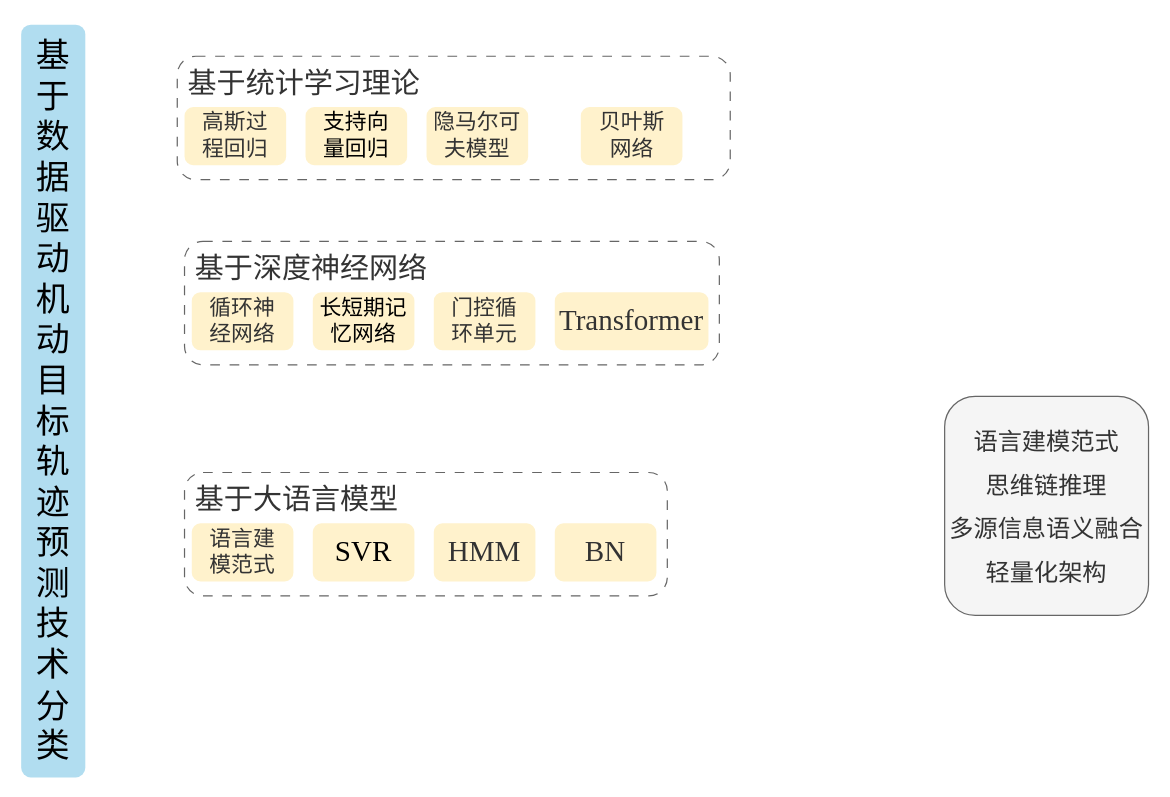
Before: 框架2.drawio in master-fency/plot, a draw.io diagram. Source tidied: cells renumbered, new cells numbered last; positions are measured from the earlier drawing's top-left corner, leaving out a move shared by most shapes. Both pictures are drawn from the tidied source at 121%, with x=0, y=0 at pixel (21, 24).
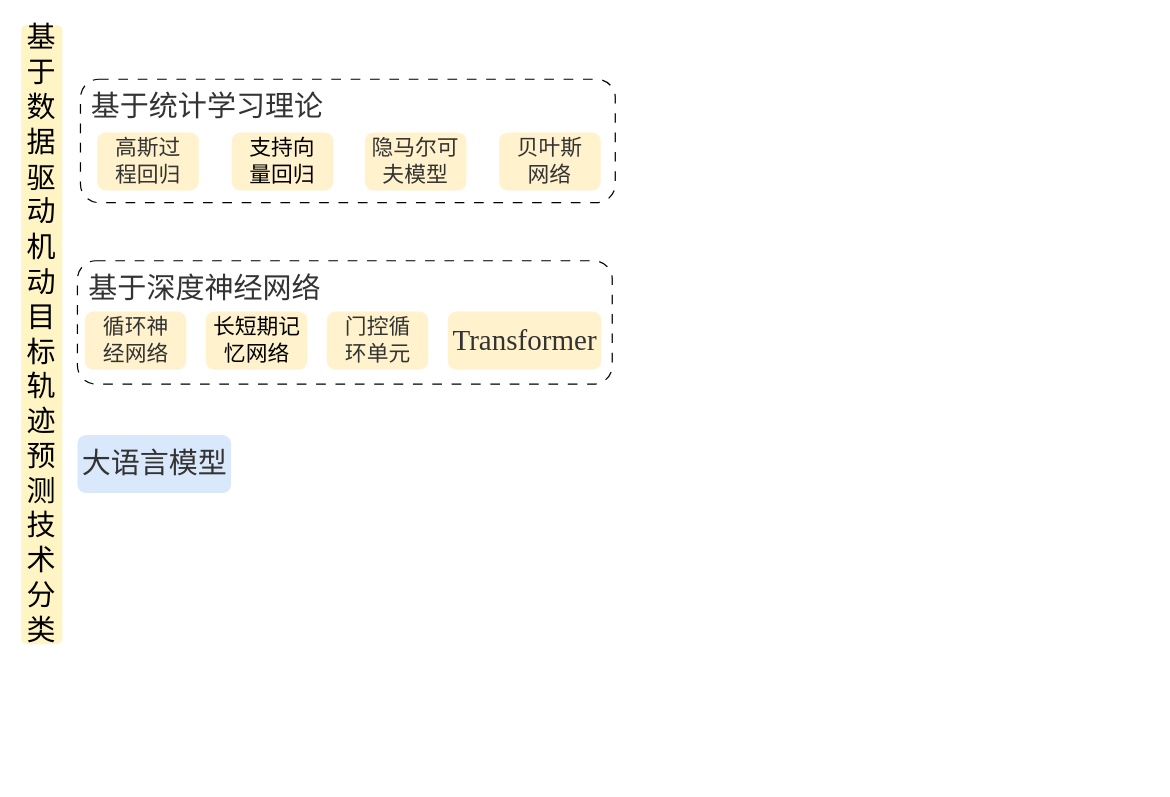
Above is the later version.

Diff of the diagram source:
```diff
@@
 <mxGraphModel>
   <root>
     <mxCell id="0" />
     <mxCell id="1" parent="0" />
+    <mxCell id="3" value="&lt;span class=&quot;a0&quot;&gt;&lt;font face=&quot;Times New Roman&quot; style=&quot;font-size: 24px;&quot;&gt;基于数据驱动机动目标轨迹预测技术分类&lt;/font&gt;&lt;/span&gt;" style="rounded=1;whiteSpace=wrap;html=1;fillColor=#FFF4C3;strokeColor=none;" parent="1" vertex="1">
+      <mxGeometry width="34" height="512" as="geometry" />
+    </mxCell>
+    <mxCell id="19" style="group;" parent="1" vertex="1">
+      <mxGeometry x="46.5" y="195" width="442" height="102" as="geometry" />
+    </mxCell>
+    <mxCell id="5" value="&lt;div style=&quot;line-height: 150%;&quot;&gt;&lt;span style=&quot;font-size: 24px; font-family: &amp;quot;Times New Roman&amp;quot;; background-color: transparent; color: light-dark(rgb(51, 51, 51), rgb(193, 193, 193));&quot;&gt;基于深度神经网络&lt;/span&gt;&lt;/div&gt;" style="rounded=1;whiteSpace=wrap;html=1;fillColor=none;fontColor=#333333;strokeColor=#000000;align=left;verticalAlign=top;spacingTop=7.874;spacingLeft=7.874;dashed=1;dashPattern=8 8;" parent="19" vertex="1">
+      <mxGeometry width="442" height="102" as="geometry" />
+    </mxCell>
+    <mxCell id="20" style="group;" parent="19" vertex="1">
+      <mxGeometry x="6" y="42" width="427" height="48" as="geometry" />
+    </mxCell>
+    <mxCell id="11" value="&lt;pre&gt;&lt;span style=&quot;font-family: &amp;quot;Times New Roman&amp;quot;; white-space: normal;&quot;&gt;&lt;font style=&quot;font-size: 18px;&quot;&gt;长短期记忆网络&lt;/font&gt;&lt;/span&gt;&lt;/pre&gt;" style="rounded=1;whiteSpace=wrap;html=1;fillColor=#fff2cc;strokeColor=none;" parent="20" vertex="1">
+      <mxGeometry x="100" width="84" height="48" as="geometry" />
+    </mxCell>
+    <mxCell id="12" value="&lt;pre&gt;&lt;span style=&quot;color: rgb(51, 51, 51); font-family: &amp;quot;Times New Roman&amp;quot;; white-space: normal;&quot;&gt;&lt;font style=&quot;font-size: 18px;&quot;&gt;循环神&lt;br&gt;经网络&lt;/font&gt;&lt;/span&gt;&lt;/pre&gt;" style="rounded=1;whiteSpace=wrap;html=1;fillColor=#fff2cc;strokeColor=none;" parent="20" vertex="1">
+      <mxGeometry width="84" height="48" as="geometry" />
+    </mxCell>
+    <mxCell id="13" value="&lt;pre&gt;&lt;span style=&quot;color: rgb(51, 51, 51); font-family: &amp;quot;Times New Roman&amp;quot;; white-space: normal;&quot;&gt;&lt;font style=&quot;font-size: 18px;&quot;&gt;门控循&lt;br&gt;环单元&lt;/font&gt;&lt;/span&gt;&lt;/pre&gt;" style="rounded=1;whiteSpace=wrap;html=1;fillColor=#fff2cc;strokeColor=none;" parent="20" vertex="1">
+      <mxGeometry x="200" width="84" height="48" as="geometry" />
+    </mxCell>
+    <mxCell id="14" value="&lt;pre&gt;&lt;span style=&quot;color: rgb(51, 51, 51); font-family: &amp;quot;Times New Roman&amp;quot;; font-size: 24px; white-space: normal;&quot;&gt;Transformer&lt;/span&gt;&lt;/pre&gt;" style="rounded=1;whiteSpace=wrap;html=1;fillColor=#fff2cc;strokeColor=none;" parent="20" vertex="1">
+      <mxGeometry x="300" width="127" height="48" as="geometry" />
+    </mxCell>
+    <mxCell id="21" style="group;strokeColor=none;" parent="1" vertex="1">
+      <mxGeometry x="49" y="45" width="442" height="102" as="geometry" />
+    </mxCell>
-    <mxCell id="2" value="&lt;div style=&quot;line-height: 150%;&quot;&gt;&lt;span style=&quot;font-size: 24px; font-family: &amp;quot;Times New Roman&amp;quot;; background-color: transparent; color: light-dark(rgb(51, 51, 51), rgb(193, 193, 193));&quot;&gt;基于统计学习理论&lt;/span&gt;&lt;/div&gt;" style="rounded=1;whiteSpace=wrap;html=1;fillColor=none;fontColor=#333333;strokeColor=#666666;align=left;verticalAlign=top;spacingTop=7.874;spacingLeft=7.874;dashed=1;dashPattern=8 8;" parent="1" vertex="1">
-      <mxGeometry x="129" y="26" width="457" height="102" as="geometry" />
+    <mxCell id="2" value="&lt;div style=&quot;line-height: 150%;&quot;&gt;&lt;span style=&quot;font-size: 24px; font-family: &amp;quot;Times New Roman&amp;quot;; background-color: transparent; color: light-dark(rgb(51, 51, 51), rgb(193, 193, 193));&quot;&gt;基于统计学习理论&lt;/span&gt;&lt;/div&gt;" style="rounded=1;whiteSpace=wrap;html=1;fillColor=none;fontColor=#333333;strokeColor=#000000;align=left;verticalAlign=top;spacingTop=7.874;spacingLeft=7.874;dashed=1;dashPattern=8 8;" parent="21" vertex="1">
+      <mxGeometry width="442" height="102" as="geometry" />
     </mxCell>
-    <mxCell id="3" value="&lt;span class=&quot;a0&quot;&gt;&lt;font face=&quot;Times New Roman&quot; style=&quot;font-size: 28px;&quot;&gt;基于数据驱动机动目标轨迹预测技术分类&lt;/font&gt;&lt;/span&gt;" style="rounded=1;whiteSpace=wrap;html=1;fillColor=#b1ddf0;strokeColor=none;" parent="1" vertex="1">
-      <mxGeometry width="53" height="622" as="geometry" />
-    </mxCell>
-    <mxCell id="4" value="&lt;div style=&quot;line-height: 180%;&quot;&gt;&lt;font face=&quot;Times New Roman&quot; style=&quot;font-size: 20px; line-height: 180%;&quot;&gt;语言建模范式&lt;/font&gt;&lt;div&gt;&lt;font face=&quot;Times New Roman&quot; style=&quot;font-size: 20px; line-height: 180%;&quot;&gt;思维链推理&lt;/font&gt;&lt;/div&gt;&lt;div&gt;&lt;font face=&quot;Times New Roman&quot; style=&quot;font-size: 20px; line-height: 180%;&quot;&gt;多源信息语义融合&lt;/font&gt;&lt;/div&gt;&lt;div&gt;&lt;font face=&quot;Times New Roman&quot; style=&quot;font-size: 20px; line-height: 180%;&quot;&gt;轻量化架构&lt;/font&gt;&lt;/div&gt;&lt;/div&gt;" style="rounded=1;whiteSpace=wrap;html=1;fillColor=#f5f5f5;fontColor=#333333;strokeColor=#666666;" parent="1" vertex="1">
-      <mxGeometry x="763.2" y="307" width="168.5" height="181" as="geometry" />
-    </mxCell>
-    <mxCell id="5" value="&lt;div style=&quot;line-height: 150%;&quot;&gt;&lt;span style=&quot;font-size: 24px; font-family: &amp;quot;Times New Roman&amp;quot;; background-color: transparent; color: light-dark(rgb(51, 51, 51), rgb(193, 193, 193));&quot;&gt;基于深度神经网络&lt;/span&gt;&lt;/div&gt;" style="rounded=1;whiteSpace=wrap;html=1;fillColor=none;fontColor=#333333;strokeColor=#666666;align=left;verticalAlign=top;spacingTop=7.874;spacingLeft=7.874;dashed=1;dashPattern=8 8;" parent="1" vertex="1">
-      <mxGeometry x="135" y="179" width="442" height="102" as="geometry" />
-    </mxCell>
-    <mxCell id="6" value="&lt;div style=&quot;line-height: 150%;&quot;&gt;&lt;span style=&quot;font-size: 24px; font-family: &amp;quot;Times New Roman&amp;quot;; background-color: transparent; color: light-dark(rgb(51, 51, 51), rgb(193, 193, 193));&quot;&gt;基于大语言模型&lt;/span&gt;&lt;/div&gt;" style="rounded=1;whiteSpace=wrap;html=1;fillColor=none;fontColor=#333333;strokeColor=#666666;align=left;verticalAlign=top;spacingTop=7.874;spacingLeft=7.874;dashed=1;dashPattern=8 8;" parent="1" vertex="1">
-      <mxGeometry x="135" y="370" width="399" height="102" as="geometry" />
-    </mxCell>
+    <mxCell id="22" style="group;" parent="21" vertex="1">
+      <mxGeometry x="13.8" y="44" width="411.5" height="48" as="geometry" />
+    </mxCell>
-    <mxCell id="7" value="&lt;pre&gt;&lt;span style=&quot;color: rgb(51, 51, 51); font-family: &amp;quot;Times New Roman&amp;quot;; white-space: normal;&quot;&gt;&lt;font style=&quot;font-size: 18px;&quot;&gt;贝叶斯&lt;br&gt;网络&lt;/font&gt;&lt;/span&gt;&lt;/pre&gt;" style="rounded=1;whiteSpace=wrap;html=1;fillColor=#fff2cc;strokeColor=none;" parent="1" vertex="1">
-      <mxGeometry x="462.5" y="68" width="84" height="48" as="geometry" />
+    <mxCell id="7" value="&lt;pre&gt;&lt;span style=&quot;color: rgb(51, 51, 51); font-family: &amp;quot;Times New Roman&amp;quot;; white-space: normal;&quot;&gt;&lt;font style=&quot;font-size: 18px;&quot;&gt;贝叶斯&lt;br&gt;网络&lt;/font&gt;&lt;/span&gt;&lt;/pre&gt;" style="rounded=1;whiteSpace=wrap;html=1;fillColor=#fff2cc;strokeColor=none;" parent="22" vertex="1">
+      <mxGeometry x="332.2" width="84" height="48" as="geometry" />
     </mxCell>
-    <mxCell id="8" value="&lt;pre&gt;&lt;span style=&quot;font-family: &amp;quot;Times New Roman&amp;quot;; white-space: normal;&quot;&gt;&lt;font style=&quot;font-size: 18px;&quot;&gt;支持向&lt;br&gt;量回归&lt;/font&gt;&lt;/span&gt;&lt;/pre&gt;" style="rounded=1;whiteSpace=wrap;html=1;fillColor=#fff2cc;strokeColor=none;" parent="1" vertex="1">
-      <mxGeometry x="235" y="68" width="84" height="48" as="geometry" />
+    <mxCell id="8" value="&lt;pre&gt;&lt;span style=&quot;font-family: &amp;quot;Times New Roman&amp;quot;; white-space: normal;&quot;&gt;&lt;font style=&quot;font-size: 18px;&quot;&gt;支持向&lt;br&gt;量回归&lt;/font&gt;&lt;/span&gt;&lt;/pre&gt;" style="rounded=1;whiteSpace=wrap;html=1;fillColor=#fff2cc;strokeColor=none;" parent="22" vertex="1">
+      <mxGeometry x="111.2" width="84" height="48" as="geometry" />
     </mxCell>
-    <mxCell id="9" value="&lt;pre&gt;&lt;font color=&quot;#333333&quot; face=&quot;Times New Roman&quot; style=&quot;font-size: 18px;&quot;&gt;&lt;span style=&quot;white-space: normal;&quot;&gt;高斯过&lt;br&gt;程回归&lt;/span&gt;&lt;/font&gt;&lt;/pre&gt;" style="rounded=1;whiteSpace=wrap;html=1;fillColor=#fff2cc;strokeColor=none;" parent="1" vertex="1">
-      <mxGeometry x="135" y="68" width="84" height="48" as="geometry" />
+    <mxCell id="9" value="&lt;pre&gt;&lt;font color=&quot;#333333&quot; face=&quot;Times New Roman&quot; style=&quot;font-size: 18px;&quot;&gt;&lt;span style=&quot;white-space: normal;&quot;&gt;高斯过&lt;br&gt;程回归&lt;/span&gt;&lt;/font&gt;&lt;/pre&gt;" style="rounded=1;whiteSpace=wrap;html=1;fillColor=#fff2cc;strokeColor=none;" parent="22" vertex="1">
+      <mxGeometry width="84" height="48" as="geometry" />
     </mxCell>
-    <mxCell id="10" value="&lt;pre&gt;&lt;span style=&quot;color: rgb(51, 51, 51); font-family: &amp;quot;Times New Roman&amp;quot;; white-space: normal;&quot;&gt;&lt;font style=&quot;font-size: 18px;&quot;&gt;隐马尔可夫模型&lt;/font&gt;&lt;/span&gt;&lt;/pre&gt;" style="rounded=1;whiteSpace=wrap;html=1;fillColor=#fff2cc;strokeColor=none;" parent="1" vertex="1">
-      <mxGeometry x="335" y="68" width="84" height="48" as="geometry" />
+    <mxCell id="10" value="&lt;pre&gt;&lt;span style=&quot;color: rgb(51, 51, 51); font-family: &amp;quot;Times New Roman&amp;quot;; white-space: normal;&quot;&gt;&lt;font style=&quot;font-size: 18px;&quot;&gt;隐马尔可夫模型&lt;/font&gt;&lt;/span&gt;&lt;/pre&gt;" style="rounded=1;whiteSpace=wrap;html=1;fillColor=#fff2cc;strokeColor=none;" parent="22" vertex="1">
+      <mxGeometry x="221.2" width="84" height="48" as="geometry" />
     </mxCell>
-    <mxCell id="11" value="&lt;pre&gt;&lt;span style=&quot;font-family: &amp;quot;Times New Roman&amp;quot;; white-space: normal;&quot;&gt;&lt;font style=&quot;font-size: 18px;&quot;&gt;长短期记忆网络&lt;/font&gt;&lt;/span&gt;&lt;/pre&gt;" style="rounded=1;whiteSpace=wrap;html=1;fillColor=#fff2cc;strokeColor=none;" parent="1" vertex="1">
-      <mxGeometry x="241" y="221" width="84" height="48" as="geometry" />
-    </mxCell>
-    <mxCell id="12" value="&lt;pre&gt;&lt;span style=&quot;color: rgb(51, 51, 51); font-family: &amp;quot;Times New Roman&amp;quot;; white-space: normal;&quot;&gt;&lt;font style=&quot;font-size: 18px;&quot;&gt;循环神&lt;br&gt;经网络&lt;/font&gt;&lt;/span&gt;&lt;/pre&gt;" style="rounded=1;whiteSpace=wrap;html=1;fillColor=#fff2cc;strokeColor=none;" parent="1" vertex="1">
-      <mxGeometry x="141" y="221" width="84" height="48" as="geometry" />
-    </mxCell>
-    <mxCell id="13" value="&lt;pre&gt;&lt;span style=&quot;color: rgb(51, 51, 51); font-family: &amp;quot;Times New Roman&amp;quot;; white-space: normal;&quot;&gt;&lt;font style=&quot;font-size: 18px;&quot;&gt;门控循&lt;br&gt;环单元&lt;/font&gt;&lt;/span&gt;&lt;/pre&gt;" style="rounded=1;whiteSpace=wrap;html=1;fillColor=#fff2cc;strokeColor=none;" parent="1" vertex="1">
-      <mxGeometry x="341" y="221" width="84" height="48" as="geometry" />
-    </mxCell>
-    <mxCell id="14" value="&lt;pre&gt;&lt;span style=&quot;color: rgb(51, 51, 51); font-family: &amp;quot;Times New Roman&amp;quot;; font-size: 24px; white-space: normal;&quot;&gt;Transformer&lt;/span&gt;&lt;/pre&gt;" style="rounded=1;whiteSpace=wrap;html=1;fillColor=#fff2cc;strokeColor=none;" parent="1" vertex="1">
-      <mxGeometry x="441" y="221" width="127" height="48" as="geometry" />
-    </mxCell>
-    <mxCell id="15" value="&lt;pre&gt;&lt;span style=&quot;font-family: &amp;quot;Times New Roman&amp;quot;; font-size: 24px; white-space: normal;&quot;&gt;SVR&lt;/span&gt;&lt;/pre&gt;" style="rounded=1;whiteSpace=wrap;html=1;fillColor=#fff2cc;strokeColor=none;" parent="1" vertex="1">
-      <mxGeometry x="241" y="412" width="84" height="48" as="geometry" />
-    </mxCell>
-    <mxCell id="16" value="&lt;pre&gt;&lt;font face=&quot;Times New Roman&quot; style=&quot;color: rgb(51, 51, 51); white-space: normal; font-size: 18px;&quot;&gt;语言建&lt;br&gt;模范式&lt;/font&gt;&lt;/pre&gt;" style="rounded=1;whiteSpace=wrap;html=1;fillColor=#fff2cc;strokeColor=none;" parent="1" vertex="1">
-      <mxGeometry x="141" y="412" width="84" height="48" as="geometry" />
-    </mxCell>
-    <mxCell id="17" value="&lt;pre&gt;&lt;span style=&quot;color: rgb(51, 51, 51); font-family: &amp;quot;Times New Roman&amp;quot;; font-size: 24px; white-space: normal;&quot;&gt;HMM&lt;/span&gt;&lt;/pre&gt;" style="rounded=1;whiteSpace=wrap;html=1;fillColor=#fff2cc;strokeColor=none;" parent="1" vertex="1">
-      <mxGeometry x="341" y="412" width="84" height="48" as="geometry" />
-    </mxCell>
-    <mxCell id="18" value="&lt;pre&gt;&lt;span style=&quot;color: rgb(51, 51, 51); font-family: &amp;quot;Times New Roman&amp;quot;; font-size: 24px; white-space: normal;&quot;&gt;BN&lt;/span&gt;&lt;/pre&gt;" style="rounded=1;whiteSpace=wrap;html=1;fillColor=#fff2cc;strokeColor=none;" parent="1" vertex="1">
-      <mxGeometry x="441" y="412" width="84" height="48" as="geometry" />
-    </mxCell>
+    <mxCell id="23" value="&lt;pre&gt;&lt;span style=&quot;color: rgb(51, 51, 51); font-family: &amp;quot;Times New Roman&amp;quot;; font-size: 24px; white-space: normal;&quot;&gt;大语言模型&lt;/span&gt;&lt;/pre&gt;" style="rounded=1;whiteSpace=wrap;html=1;fillColor=#dae8fc;strokeColor=none;" parent="1" vertex="1">
+      <mxGeometry x="46.5" y="339" width="127" height="48" as="geometry" />
+    </mxCell>
   </root>
 </mxGraphModel>
```
